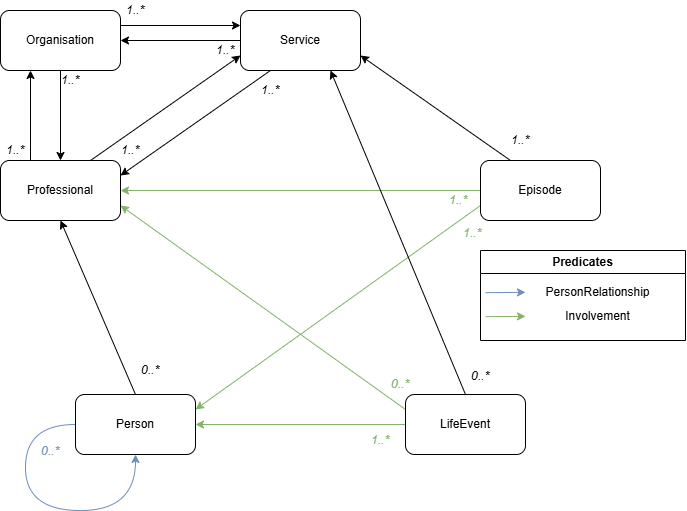
The draw.io diagram logical_model.drawio.png in SocialCareData/logical-model, before a commit. Source tidied: cells renumbered, new cells last; positions are measured from the earlier drawing's top-left corner, leaving out a move shared by most shapes.
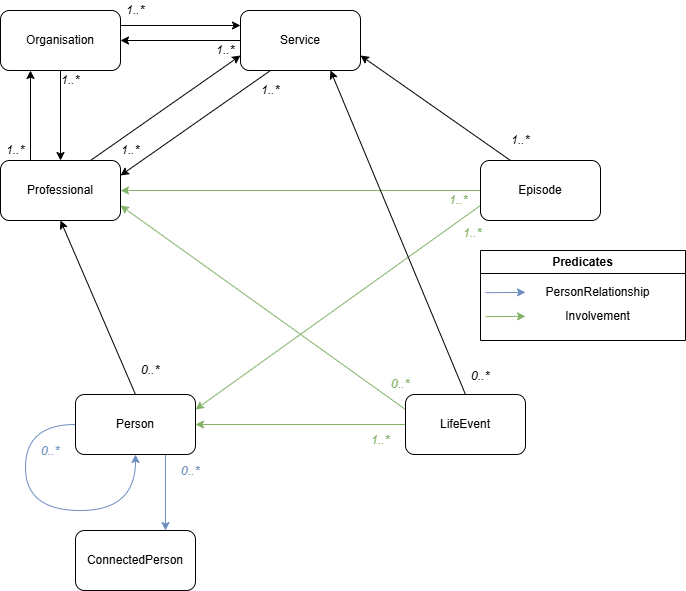
After the change.

Diff of the diagram source:
```diff
@@ -38,6 +38,9 @@
     <mxCell id="13" style="edgeStyle=none;rounded=0;jettySize=auto;html=1;exitX=0.5;exitY=0;exitDx=0;exitDy=0;entryX=0.5;entryY=1;entryDx=0;entryDy=0;fillColor=#f8cecc;strokeColor=#000000;" parent="1" edge="1" source="14" target="17">
       <mxGeometry relative="1" as="geometry" />
     </mxCell>
+    <mxCell id="41" style="rounded=0;jettySize=auto;html=1;exitX=0.75;exitY=1;exitDx=0;exitDy=0;entryX=0.75;entryY=0;entryDx=0;entryDy=0;fillColor=#dae8fc;strokeColor=#6c8ebf;" parent="1" edge="1" source="14" target="42">
+      <mxGeometry relative="1" as="geometry" />
+    </mxCell>
     <mxCell id="14" value="Person" style="rounded=1;whiteSpace=wrap;html=1;fillColor=default;" parent="1" vertex="1">
       <mxGeometry x="75" y="394" width="120" height="60" as="geometry" />
     </mxCell>
@@ -131,5 +134,11 @@
     <mxCell id="40" value="1..*" style="rounded=1;whiteSpace=wrap;html=1;strokeColor=none;fontStyle=2;fillColor=none;" parent="1" vertex="1">
       <mxGeometry x="120" width="30" height="20" as="geometry" />
     </mxCell>
+    <mxCell id="42" value="ConnectedPerson" style="rounded=1;whiteSpace=wrap;html=1;fillColor=default;" parent="1" vertex="1">
+      <mxGeometry x="75" y="530" width="120" height="60" as="geometry" />
+    </mxCell>
+    <mxCell id="43" value="0..*" style="rounded=1;whiteSpace=wrap;html=1;strokeColor=none;fontStyle=2;fontColor=light-dark(#6f8ebe, #ededed);fillColor=none;" parent="1" vertex="1">
+      <mxGeometry x="175" y="461" width="30" height="20" as="geometry" />
+    </mxCell>
   </root>
 </mxGraphModel>
```
